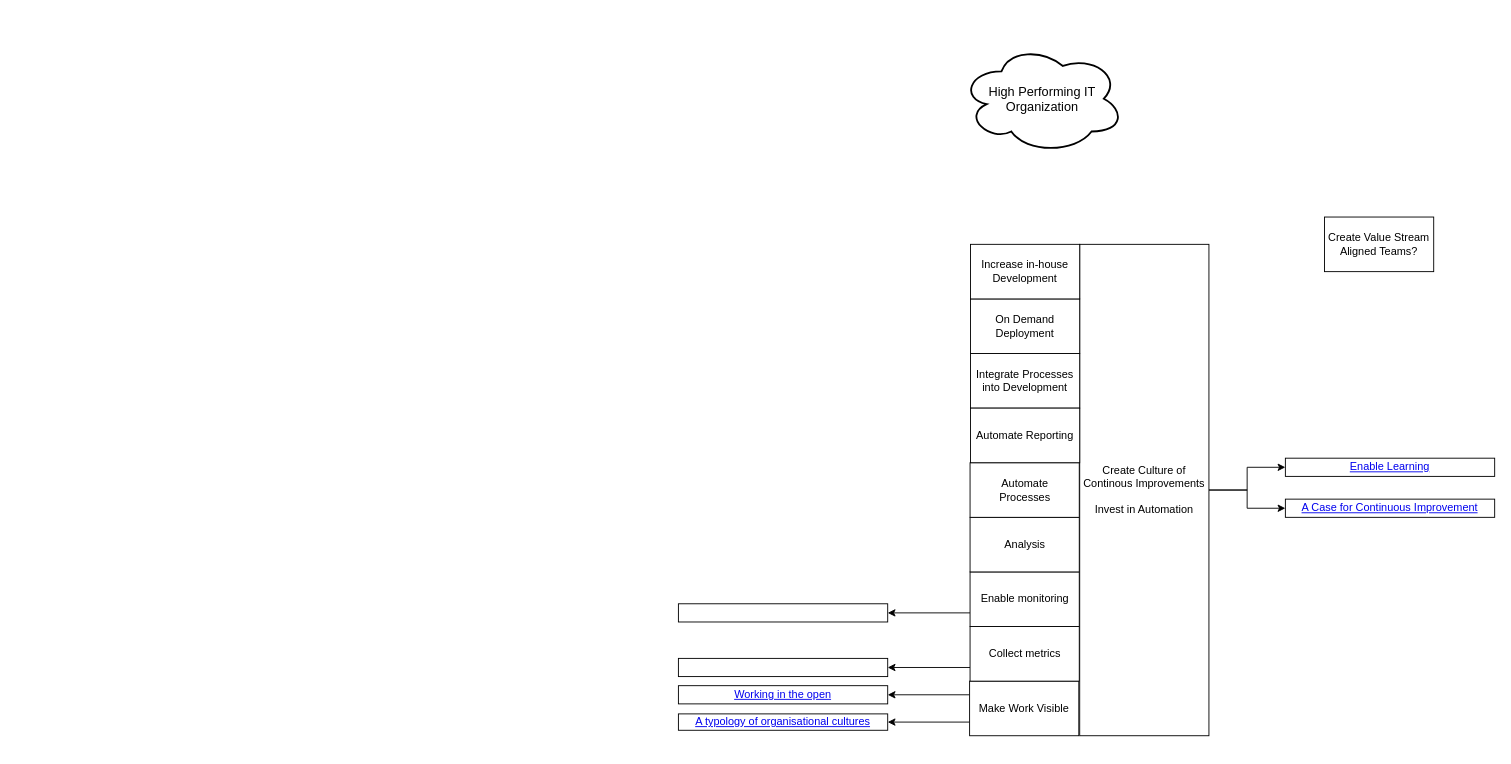
s-laugh/ITStrategy keeps this draw.io diagram as drawio/en/StrategySummary.drawio. Above is the earlier version. Source tidied: cells renumbered, new cells numbered last; positions are measured from the earlier drawing's top-left corner, leaving out a move shared by most shapes. Both pictures are drawn from the tidied source at 91%, with x=0, y=0 at pixel (678, 44).
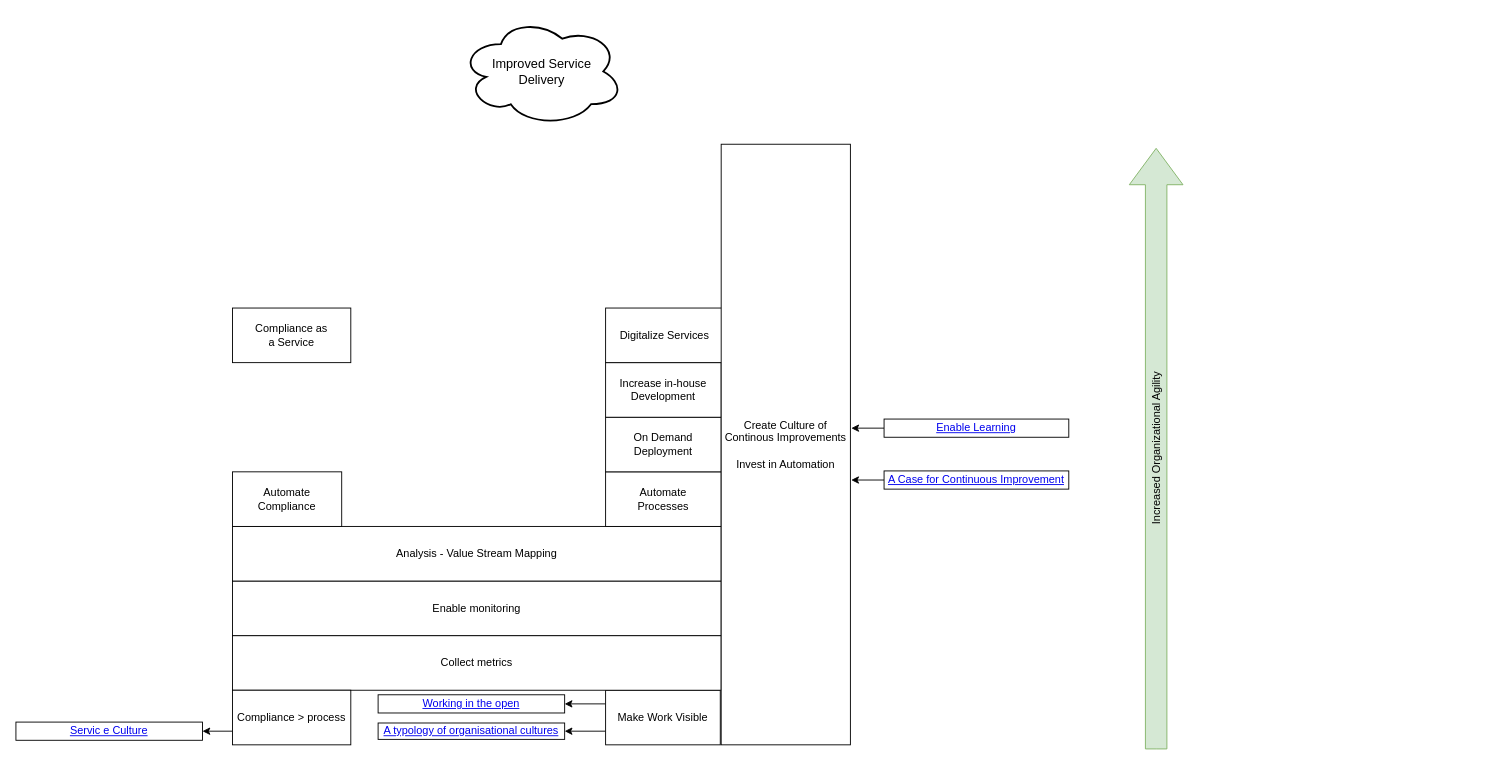
The same diagram, later.

Commit message:
updating single stream into still simpler though more similar to initial pilar approach

Change to the diagram source:
```diff
@@
-    <mxCell id="2" value="High Performing IT Organization" style="ellipse;shape=cloud;strokeWidth=2;fontSize=14;whiteSpace=wrap;html=1;align=center;" parent="1" vertex="1">
-      <mxGeometry x="310" width="180" height="120" as="geometry" />
-    </mxCell>
+    <mxCell id="26" value="&lt;div&gt;Improved Service &lt;br&gt;&lt;/div&gt;&lt;div&gt;Delivery&lt;/div&gt;" style="ellipse;shape=cloud;strokeWidth=2;fontSize=14;whiteSpace=wrap;html=1;align=center;" parent="1" vertex="1">
+      <mxGeometry x="-240" y="-30" width="180" height="120" as="geometry" />
+    </mxCell>
@@
     <mxCell id="5" value="&lt;div&gt;Make Work Visible&lt;/div&gt;" style="rounded=0;whiteSpace=wrap;html=1;" parent="1" vertex="1">
-      <mxGeometry x="320" y="700" width="120" height="60" as="geometry" />
+      <mxGeometry x="-80" y="710" width="126" height="60" as="geometry" />
     </mxCell>
-    <mxCell id="6" style="edgeStyle=orthogonalEdgeStyle;rounded=0;jettySize=auto;html=1;exitX=0;exitY=0.75;exitDx=0;exitDy=0;entryX=1;entryY=0.5;entryDx=0;entryDy=0;" parent="1" edge="1" source="7" target="20">
-      <mxGeometry relative="1" as="geometry" />
-    </mxCell>
     <mxCell id="7" value="Collect metrics" style="rounded=0;whiteSpace=wrap;html=1;" parent="1" vertex="1">
-      <mxGeometry x="320.5" y="640" width="120" height="60" as="geometry" />
+      <mxGeometry x="-490" y="650" width="537" height="60" as="geometry" />
     </mxCell>
-    <mxCell id="8" style="edgeStyle=orthogonalEdgeStyle;rounded=0;jettySize=auto;html=1;exitX=0;exitY=0.75;exitDx=0;exitDy=0;entryX=1;entryY=0.5;entryDx=0;entryDy=0;" parent="1" edge="1" source="9" target="22">
-      <mxGeometry relative="1" as="geometry" />
-    </mxCell>
     <mxCell id="9" value="Enable monitoring" style="rounded=0;whiteSpace=wrap;html=1;" parent="1" vertex="1">
-      <mxGeometry x="320.5" y="580" width="120" height="60" as="geometry" />
+      <mxGeometry x="-490" y="590" width="537" height="60" as="geometry" />
     </mxCell>
-    <mxCell id="10" value="Analysis" style="rounded=0;whiteSpace=wrap;html=1;" parent="1" vertex="1">
-      <mxGeometry x="320.5" y="520" width="120" height="60" as="geometry" />
-    </mxCell>
+    <mxCell id="27" value="Analysis - Value Stream Mapping" style="rounded=0;whiteSpace=wrap;html=1;" parent="1" vertex="1">
+      <mxGeometry x="-490" y="530" width="537" height="60" as="geometry" />
+    </mxCell>
     <mxCell id="11" value="&lt;div&gt;Automate &lt;br&gt;&lt;/div&gt;&lt;div&gt;Processes&lt;/div&gt;" style="rounded=0;whiteSpace=wrap;html=1;" parent="1" vertex="1">
-      <mxGeometry x="320.5" y="460" width="120" height="60" as="geometry" />
+      <mxGeometry x="-80" y="470" width="127" height="60" as="geometry" />
     </mxCell>
-    <mxCell id="12" style="edgeStyle=orthogonalEdgeStyle;rounded=0;jettySize=auto;html=1;exitX=1;exitY=0.5;exitDx=0;exitDy=0;entryX=0;entryY=0.5;entryDx=0;entryDy=0;" parent="1" edge="1" source="14" target="23">
-      <mxGeometry relative="1" as="geometry" />
-    </mxCell>
-    <mxCell id="13" style="edgeStyle=orthogonalEdgeStyle;rounded=0;jettySize=auto;html=1;exitX=1;exitY=0.5;exitDx=0;exitDy=0;entryX=0;entryY=0.5;entryDx=0;entryDy=0;" parent="1" edge="1" source="14" target="24">
-      <mxGeometry relative="1" as="geometry" />
-    </mxCell>
-    <mxCell id="14" value="&lt;div&gt;Create Culture of Continous Improvements&lt;/div&gt;&lt;div&gt;&lt;br&gt;&lt;/div&gt;&lt;div&gt;Invest in Automation&lt;br&gt;&lt;/div&gt;" style="rounded=0;whiteSpace=wrap;html=1;" parent="1" vertex="1">
-      <mxGeometry x="441" y="220" width="142" height="540" as="geometry" />
-    </mxCell>
-    <mxCell id="15" value="Integrate Processes into Development" style="rounded=0;whiteSpace=wrap;html=1;" parent="1" vertex="1">
-      <mxGeometry x="321" y="340" width="120" height="60" as="geometry" />
-    </mxCell>
     <mxCell id="16" value="On Demand Deployment" style="rounded=0;whiteSpace=wrap;html=1;" parent="1" vertex="1">
-      <mxGeometry x="321" y="280" width="120" height="60" as="geometry" />
+      <mxGeometry x="-80" y="410" width="127" height="60" as="geometry" />
     </mxCell>
     <mxCell id="17" value="Increase in-house Development" style="rounded=0;whiteSpace=wrap;html=1;" parent="1" vertex="1">
-      <mxGeometry x="321" y="220" width="120" height="60" as="geometry" />
+      <mxGeometry x="-80" y="350" width="127" height="60" as="geometry" />
     </mxCell>
-    <mxCell id="18" value="Automate Reporting" style="rounded=0;whiteSpace=wrap;html=1;" parent="1" vertex="1">
-      <mxGeometry x="321" y="400" width="120" height="60" as="geometry" />
-    </mxCell>
     <mxCell id="19" value="&lt;a href=&quot;https://qualitysafety.bmj.com/content/qhc/13/suppl_2/ii22.full.pdf&quot;&gt;A typology of organisational cultures&lt;/a&gt;" style="rounded=0;whiteSpace=wrap;html=1;" parent="1" vertex="1">
-      <mxGeometry y="736" width="230" height="18" as="geometry" />
+      <mxGeometry x="-330" y="746" width="205" height="18" as="geometry" />
     </mxCell>
-    <mxCell id="20" style="rounded=0;whiteSpace=wrap;html=1;" parent="1" vertex="1">
-      <mxGeometry y="675" width="230" height="20" as="geometry" />
-    </mxCell>
     <mxCell id="21" value="&lt;a href=&quot;https://sara-sabr.github.io/ITStrategy/how-to-contribute.html&quot;&gt;Working in the open&lt;/a&gt;" style="rounded=0;whiteSpace=wrap;html=1;" parent="1" vertex="1">
-      <mxGeometry y="705" width="230" height="20" as="geometry" />
+      <mxGeometry x="-330" y="715" width="205" height="20" as="geometry" />
     </mxCell>
-    <mxCell id="22" style="rounded=0;whiteSpace=wrap;html=1;" parent="1" vertex="1">
-      <mxGeometry y="615" width="230" height="20" as="geometry" />
-    </mxCell>
+    <mxCell id="28" style="edgeStyle=orthogonalEdgeStyle;rounded=0;jettySize=auto;html=1;exitX=0;exitY=0.5;exitDx=0;exitDy=0;entryX=1.007;entryY=0.473;entryDx=0;entryDy=0;entryPerimeter=0;" parent="1" edge="1" source="23" target="14">
+      <mxGeometry relative="1" as="geometry" />
+    </mxCell>
     <mxCell id="23" value="&lt;a href=&quot;https://sara-sabr.github.io/ITStrategy/enable-learning.html&quot;&gt;Enable Learning&lt;/a&gt;" style="rounded=0;whiteSpace=wrap;html=1;" parent="1" vertex="1">
-      <mxGeometry x="667" y="455" width="230" height="20" as="geometry" />
+      <mxGeometry x="226" y="412" width="203" height="20" as="geometry" />
     </mxCell>
+    <mxCell id="29" style="edgeStyle=orthogonalEdgeStyle;rounded=0;jettySize=auto;html=1;exitX=0;exitY=0.5;exitDx=0;exitDy=0;entryX=1.006;entryY=0.56;entryDx=0;entryDy=0;entryPerimeter=0;" parent="1" edge="1" source="24" target="14">
+      <mxGeometry relative="1" as="geometry" />
+    </mxCell>
     <mxCell id="24" value="&lt;a href=&quot;https://sara-sabr.github.io/ITStrategy/2019/10/15/case-continuous-improvement.html&quot;&gt;A Case for Continuous Improvement&lt;/a&gt;" style="rounded=0;whiteSpace=wrap;html=1;" parent="1" vertex="1">
-      <mxGeometry x="667" y="500" width="230" height="20" as="geometry" />
+      <mxGeometry x="226" y="469" width="203" height="20" as="geometry" />
     </mxCell>
-    <mxCell id="25" value="Create Value Stream Aligned Teams?" style="rounded=0;whiteSpace=wrap;html=1;" parent="1" vertex="1">
-      <mxGeometry x="710" y="190" width="120" height="60" as="geometry" />
-    </mxCell>
+    <mxCell id="30" value="&lt;div&gt;Compliance as &lt;br&gt;&lt;/div&gt;&lt;div&gt;a Service&lt;/div&gt;" style="rounded=0;whiteSpace=wrap;html=1;" parent="1" vertex="1">
+      <mxGeometry x="-490" y="290" width="130" height="60" as="geometry" />
+    </mxCell>
+    <mxCell id="31" style="edgeStyle=orthogonalEdgeStyle;rounded=0;jettySize=auto;html=1;exitX=0;exitY=0.75;exitDx=0;exitDy=0;entryX=1;entryY=0.5;entryDx=0;entryDy=0;" parent="1" edge="1" source="32" target="33">
+      <mxGeometry relative="1" as="geometry" />
+    </mxCell>
+    <mxCell id="32" value="&lt;div&gt;Compliance &amp;gt; process&lt;br&gt;&lt;/div&gt;" style="rounded=0;whiteSpace=wrap;html=1;" parent="1" vertex="1">
+      <mxGeometry x="-490" y="710" width="130" height="60" as="geometry" />
+    </mxCell>
+    <mxCell id="33" value="&lt;a href=&quot;https://sara-sabr.github.io/ITStrategy/service-culture.html&quot;&gt;Servic e Culture&lt;/a&gt;" style="rounded=0;whiteSpace=wrap;html=1;" parent="1" vertex="1">
+      <mxGeometry x="-728" y="745" width="205" height="20" as="geometry" />
+    </mxCell>
+    <mxCell id="34" value="Automate Compliance" style="rounded=0;whiteSpace=wrap;html=1;" parent="1" vertex="1">
+      <mxGeometry x="-490" y="470" width="120" height="60" as="geometry" />
+    </mxCell>
+    <mxCell id="35" value="Digitalize Services" style="rounded=0;whiteSpace=wrap;html=1;" parent="1" vertex="1">
+      <mxGeometry x="-80" y="290" width="130" height="60" as="geometry" />
+    </mxCell>
+    <mxCell id="14" value="&lt;div&gt;Create Culture of Continous Improvements&lt;/div&gt;&lt;div&gt;&lt;br&gt;&lt;/div&gt;&lt;div&gt;Invest in Automation&lt;br&gt;&lt;/div&gt;" style="rounded=0;whiteSpace=wrap;html=1;" parent="1" vertex="1">
+      <mxGeometry x="47" y="110" width="142" height="660" as="geometry" />
+    </mxCell>
+    <mxCell id="36" value="Increased Organizational Agility" style="html=1;shadow=0;dashed=0;align=center;verticalAlign=middle;shape=mxgraph.arrows2.arrow;dy=0.6;dx=40;notch=0;rotation=-90;fillColor=#d5e8d4;strokeColor=#82b366;" parent="1" vertex="1">
+      <mxGeometry x="195" y="415" width="660" height="59" as="geometry" />
+    </mxCell>
```
